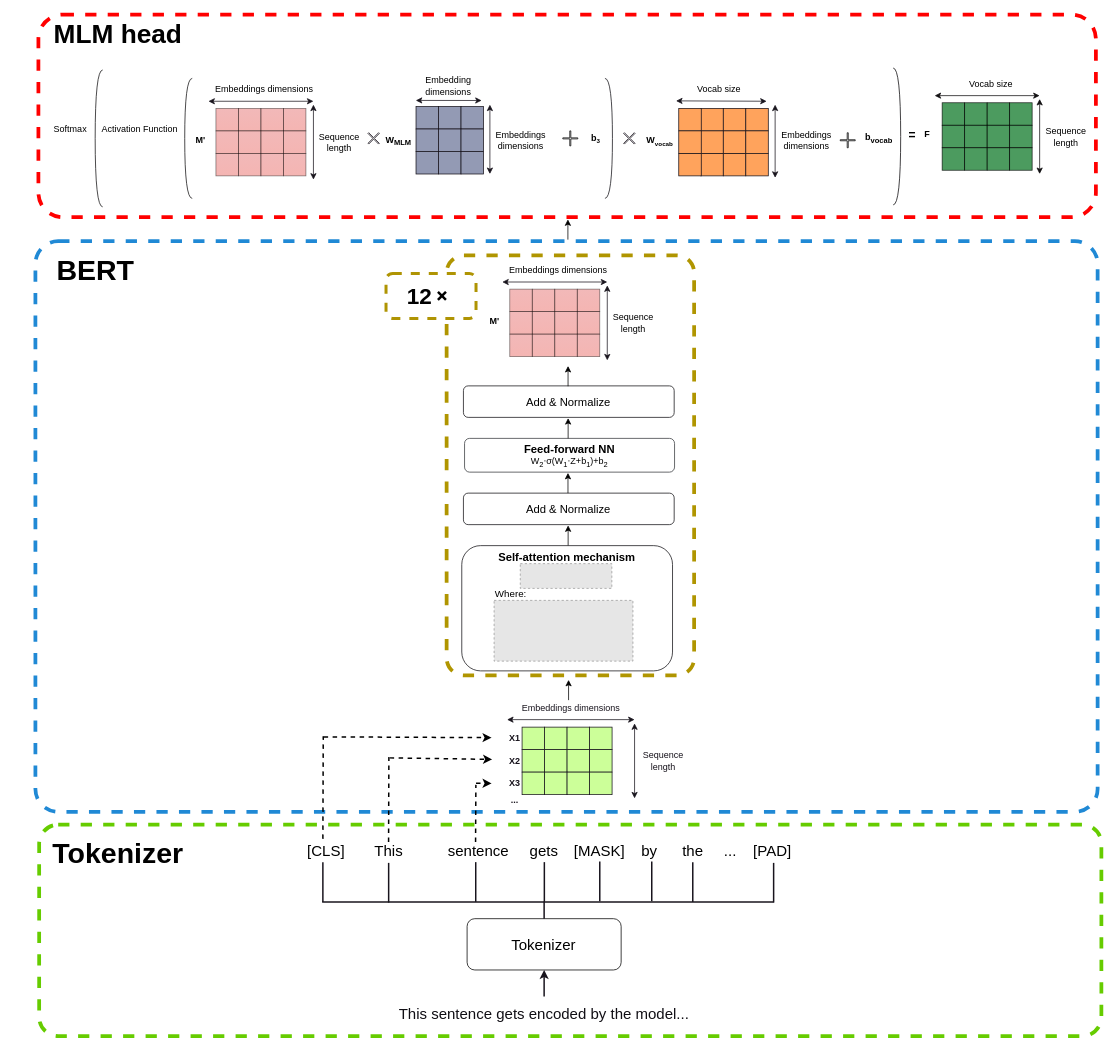
Earlier version of the draw.io diagram assets/drawio/BERT.drawio (KleinJonasUVT/biasintransformers). Source tidied: cells renumbered, new cells numbered last; positions are measured from the earlier drawing's top-left corner, leaving out a move shared by most shapes. Both pictures are drawn from the tidied source at 75%, with x=0, y=0 at pixel (13, 14). Pictures stored in the file or linked from it are replaced by grey dashed boxes.
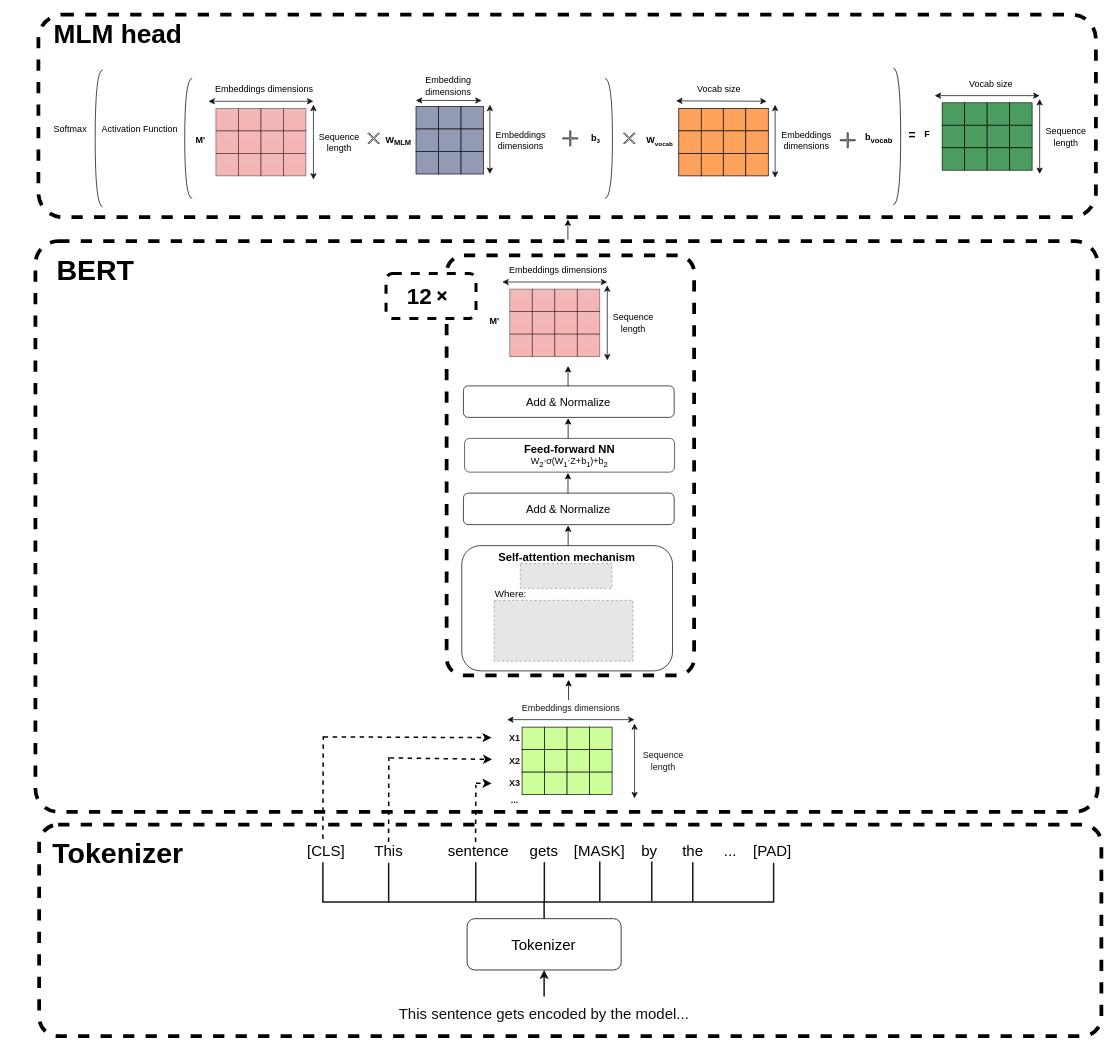
The same page after the edit.

What changed in the source:
```diff
@@
-    <mxCell id="2" style="rounded=1;whiteSpace=wrap;html=1;strokeColor=#2089D5;strokeWidth=5;fontSize=12;fontColor=#000000;fillColor=none;dashed=1;arcSize=4;" parent="1" vertex="1">
+    <mxCell id="2" style="rounded=1;whiteSpace=wrap;html=1;strokeColor=#000000;strokeWidth=5;fontSize=12;fontColor=#000000;fillColor=none;dashed=1;arcSize=4;" parent="1" vertex="1">
       <mxGeometry x="29.7" y="302" width="1416.3" height="761" as="geometry" />
     </mxCell>
-    <mxCell id="3" style="rounded=1;whiteSpace=wrap;html=1;fillColor=none;strokeColor=#B09500;fontColor=#000000;arcSize=7;strokeWidth=5;dashed=1;" parent="1" vertex="1">
+    <mxCell id="3" style="rounded=1;whiteSpace=wrap;html=1;fillColor=none;strokeColor=#000000;fontColor=#000000;arcSize=7;strokeWidth=5;dashed=1;" parent="1" vertex="1">
       <mxGeometry x="578" y="321" width="330" height="560" as="geometry" />
     </mxCell>
@@
-    <mxCell id="26" style="rounded=1;whiteSpace=wrap;html=1;fillColor=none;strokeColor=#FF0000;fontColor=#000000;arcSize=12;strokeWidth=5;dashed=1;" parent="1" vertex="1">
+    <mxCell id="26" style="rounded=1;whiteSpace=wrap;html=1;fillColor=none;strokeColor=#000000;fontColor=#000000;arcSize=12;strokeWidth=5;dashed=1;" parent="1" vertex="1">
       <mxGeometry x="33.7" width="1410" height="270" as="geometry" />
     </mxCell>
@@
-    <mxCell id="132" style="rounded=1;whiteSpace=wrap;html=1;dashed=1;strokeColor=#af9403;strokeWidth=4;fontSize=30;fontColor=#000000;fillColor=#FFFFFF;" parent="1" vertex="1">
+    <mxCell id="132" style="rounded=1;whiteSpace=wrap;html=1;dashed=1;strokeColor=#000000;strokeWidth=4;fontSize=30;fontColor=#000000;fillColor=#FFFFFF;" parent="1" vertex="1">
       <mxGeometry x="497.2" y="345" width="120" height="60" as="geometry" />
     </mxCell>
@@
-    <mxCell id="157" style="rounded=1;whiteSpace=wrap;html=1;strokeColor=#66CC00;strokeWidth=5;fontSize=12;fontColor=#000000;fillColor=none;dashed=1;arcSize=9;" parent="1" vertex="1">
+    <mxCell id="157" style="rounded=1;whiteSpace=wrap;html=1;strokeColor=#000000;strokeWidth=5;fontSize=12;fontColor=#000000;fillColor=none;dashed=1;arcSize=9;" parent="1" vertex="1">
       <mxGeometry x="34.7" y="1080" width="1416.3" height="282" as="geometry" />
     </mxCell>
```
